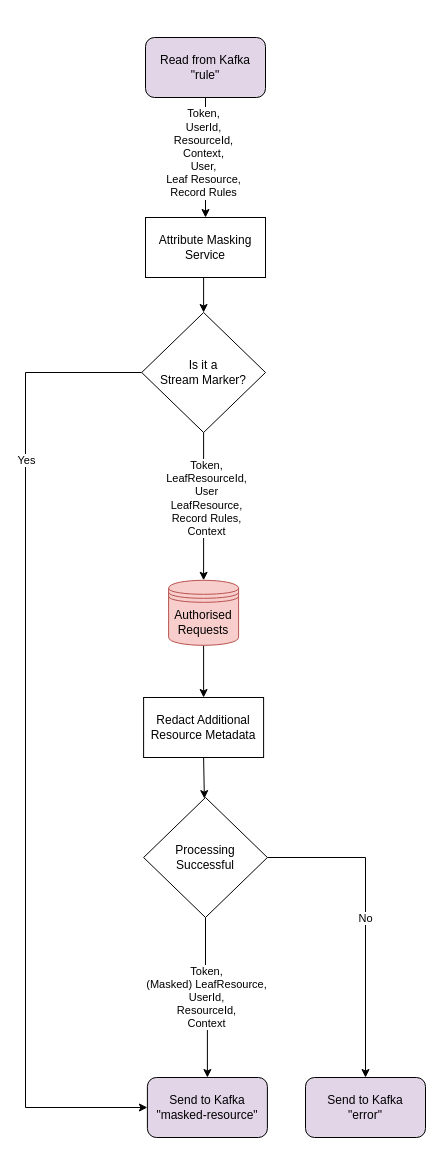
Before: attribute-masking-service/doc/attribute-masking-service.drawio in gchq/Palisade-services, a draw.io diagram. Source tidied: cells renumbered, new cells numbered last; positions are measured from the earlier drawing's top-left corner, leaving out a move shared by most shapes. Both pictures are drawn from the tidied source at 100%, with x=0, y=0 at pixel (25, 37).
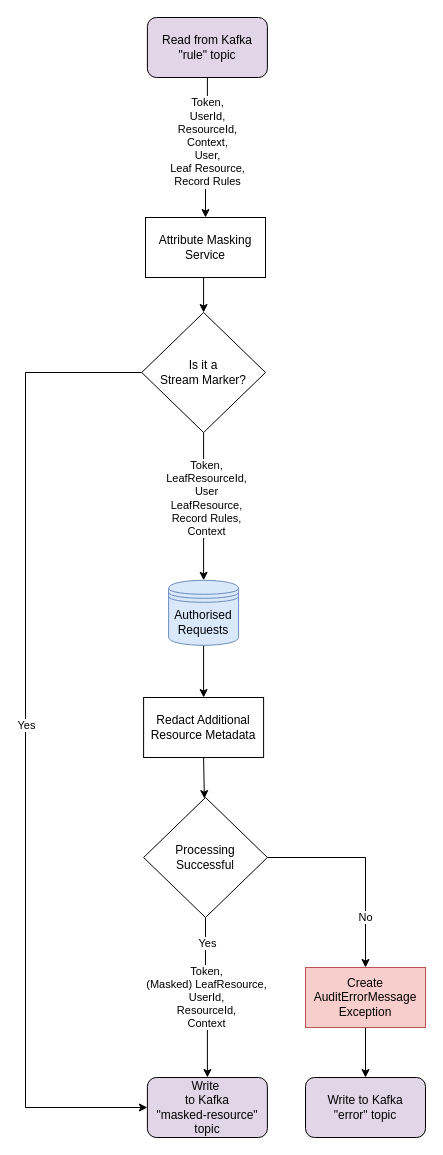
The same page after the edit.

Unchanged cells that the change refers to:
```xml
<mxCell id="4" style="edgeStyle=orthogonalEdgeStyle;rounded=0;jettySize=auto;html=1;exitX=0.5;exitY=1;exitDx=0;exitDy=0;entryX=0.5;entryY=0;entryDx=0;entryDy=0;" parent="1" edge="1" source="6" target="3">
  <mxGeometry relative="1" as="geometry" />
</mxCell>
<mxCell id="7" style="edgeStyle=orthogonalEdgeStyle;rounded=0;jettySize=auto;html=1;exitX=0;exitY=0.5;exitDx=0;exitDy=0;entryX=0;entryY=0.5;entryDx=0;entryDy=0;" parent="1" edge="1" source="11" target="12">
  <mxGeometry relative="1" as="geometry">
    <Array as="points">
      <mxPoint y="335" />
      <mxPoint y="1070" />
    </Array>
  </mxGeometry>
</mxCell>
<mxCell id="18" value="Processing &lt;br&gt;Successful" style="rhombus;whiteSpace=wrap;html=1;" parent="1" vertex="1">
  <mxGeometry x="118.1" y="760" width="123.8" height="120" as="geometry" />
</mxCell>
```

What changed in the source:
```diff
@@
     <mxCell id="5" value="&lt;span style=&quot;font-family: &amp;#34;helvetica&amp;#34;&quot;&gt;Token,&lt;/span&gt;&lt;br style=&quot;font-family: &amp;#34;helvetica&amp;#34;&quot;&gt;&lt;span style=&quot;font-family: &amp;#34;helvetica&amp;#34;&quot;&gt;UserId,&lt;/span&gt;&lt;br style=&quot;font-family: &amp;#34;helvetica&amp;#34;&quot;&gt;&lt;span style=&quot;font-family: &amp;#34;helvetica&amp;#34;&quot;&gt;ResourceId,&lt;/span&gt;&lt;br style=&quot;font-family: &amp;#34;helvetica&amp;#34;&quot;&gt;&lt;span style=&quot;font-family: &amp;#34;helvetica&amp;#34;&quot;&gt;Context,&lt;/span&gt;&lt;br style=&quot;font-family: &amp;#34;helvetica&amp;#34;&quot;&gt;&lt;span style=&quot;font-family: &amp;#34;helvetica&amp;#34;&quot;&gt;User,&lt;/span&gt;&lt;br style=&quot;font-family: &amp;#34;helvetica&amp;#34;&quot;&gt;&lt;span style=&quot;font-family: &amp;#34;helvetica&amp;#34;&quot;&gt;Leaf Resource,&lt;br&gt;Record Rules&lt;br&gt;&lt;/span&gt;" style="edgeLabel;html=1;align=center;verticalAlign=middle;" parent="4" vertex="1">
       <mxGeometry x="-0.23" y="-3" relative="1" as="geometry">
-        <mxPoint y="9" as="offset" />
+        <mxPoint x="3" y="9" as="offset" />
       </mxGeometry>
     </mxCell>
-    <mxCell id="6" value="&lt;div&gt;Read from Kafka&lt;/div&gt;&lt;div&gt;&quot;rule&quot;&lt;br&gt;&lt;/div&gt;" style="rounded=1;whiteSpace=wrap;html=1;fillColor=#E1D5E7;" parent="1" vertex="1">
-      <mxGeometry x="120" width="120" height="60" as="geometry" />
+    <mxCell id="6" value="&lt;div&gt;Read from Kafka&lt;/div&gt;&lt;div&gt;&quot;rule&quot; topic&lt;/div&gt;" style="rounded=1;whiteSpace=wrap;html=1;fillColor=#E1D5E7;" parent="1" vertex="1">
+      <mxGeometry x="121.9" y="-20" width="120" height="60" as="geometry" />
     </mxCell>
@@
     <mxCell id="8" value="Yes" style="edgeLabel;html=1;align=center;verticalAlign=middle;" parent="7" vertex="1">
       <mxGeometry x="-0.73" y="73" relative="1" as="geometry">
-        <mxPoint x="-73" y="73" as="offset" />
+        <mxPoint x="-73" y="338" as="offset" />
       </mxGeometry>
     </mxCell>
@@
-    <mxCell id="12" value="&lt;div&gt;Send to Kafka&lt;/div&gt;&lt;div&gt;&quot;masked-resource&quot;&lt;br&gt;&lt;/div&gt;" style="rounded=1;whiteSpace=wrap;html=1;fillColor=#E1D5E7;" parent="1" vertex="1">
+    <mxCell id="12" value="&lt;div&gt;Write&amp;nbsp;&lt;/div&gt;&lt;div&gt;to Kafka&lt;/div&gt;&lt;div&gt;&quot;masked-resource&quot; topic&lt;br&gt;&lt;/div&gt;" style="rounded=1;whiteSpace=wrap;html=1;fillColor=#E1D5E7;" parent="1" vertex="1">
       <mxGeometry x="121.9" y="1040" width="120" height="60" as="geometry" />
     </mxCell>
@@
-    <mxCell id="15" value="Authorised Requests" style="shape=datastore;whiteSpace=wrap;html=1;fillColor=#f8cecc;strokeColor=#b85450;" parent="1" vertex="1">
+    <mxCell id="15" value="Authorised Requests" style="shape=datastore;whiteSpace=wrap;html=1;fillColor=#dae8fc;strokeColor=#6c8ebf;" parent="1" vertex="1">
       <mxGeometry x="143.1" y="542.8" width="70" height="65" as="geometry" />
     </mxCell>
+    <mxCell id="17" value="&lt;span style=&quot;color: rgb(0 , 0 , 0) ; font-family: &amp;#34;helvetica&amp;#34; ; font-size: 11px ; font-style: normal ; font-weight: 400 ; letter-spacing: normal ; text-align: center ; text-indent: 0px ; text-transform: none ; word-spacing: 0px ; background-color: rgb(255 , 255 , 255) ; display: inline ; float: none&quot;&gt;Token,&lt;/span&gt;&lt;br style=&quot;color: rgb(0 , 0 , 0) ; font-family: &amp;#34;helvetica&amp;#34; ; font-size: 11px ; font-style: normal ; font-weight: 400 ; letter-spacing: normal ; text-align: center ; text-indent: 0px ; text-transform: none ; word-spacing: 0px&quot;&gt;&lt;span style=&quot;color: rgb(0 , 0 , 0) ; font-family: &amp;#34;helvetica&amp;#34; ; font-size: 11px ; font-style: normal ; font-weight: 400 ; letter-spacing: normal ; text-align: center ; text-indent: 0px ; text-transform: none ; word-spacing: 0px ; background-color: rgb(255 , 255 , 255) ; display: inline ; float: none&quot;&gt;(Masked) LeafResource,&lt;/span&gt;&lt;br style=&quot;color: rgb(0 , 0 , 0) ; font-family: &amp;#34;helvetica&amp;#34; ; font-size: 11px ; font-style: normal ; font-weight: 400 ; letter-spacing: normal ; text-align: center ; text-indent: 0px ; text-transform: none ; word-spacing: 0px&quot;&gt;&lt;span style=&quot;color: rgb(0 , 0 , 0) ; font-family: &amp;#34;helvetica&amp;#34; ; font-size: 11px ; font-style: normal ; font-weight: 400 ; letter-spacing: normal ; text-align: center ; text-indent: 0px ; text-transform: none ; word-spacing: 0px ; background-color: rgb(255 , 255 , 255) ; display: inline ; float: none&quot;&gt;UserId,&lt;/span&gt;&lt;br style=&quot;color: rgb(0 , 0 , 0) ; font-family: &amp;#34;helvetica&amp;#34; ; font-size: 11px ; font-style: normal ; font-weight: 400 ; letter-spacing: normal ; text-align: center ; text-indent: 0px ; text-transform: none ; word-spacing: 0px&quot;&gt;&lt;span style=&quot;color: rgb(0 , 0 , 0) ; font-family: &amp;#34;helvetica&amp;#34; ; font-size: 11px ; font-style: normal ; font-weight: 400 ; letter-spacing: normal ; text-align: center ; text-indent: 0px ; text-transform: none ; word-spacing: 0px ; background-color: rgb(255 , 255 , 255) ; display: inline ; float: none&quot;&gt;ResourceId,&lt;/span&gt;&lt;br style=&quot;color: rgb(0 , 0 , 0) ; font-family: &amp;#34;helvetica&amp;#34; ; font-size: 11px ; font-style: normal ; font-weight: 400 ; letter-spacing: normal ; text-align: center ; text-indent: 0px ; text-transform: none ; word-spacing: 0px&quot;&gt;&lt;span style=&quot;color: rgb(0 , 0 , 0) ; font-family: &amp;#34;helvetica&amp;#34; ; font-size: 11px ; font-style: normal ; font-weight: 400 ; letter-spacing: normal ; text-align: center ; text-indent: 0px ; text-transform: none ; word-spacing: 0px ; background-color: rgb(255 , 255 , 255) ; display: inline ; float: none&quot;&gt;Context&lt;/span&gt;" style="edgeStyle=orthogonalEdgeStyle;rounded=0;jettySize=auto;html=1;exitX=0.5;exitY=1;exitDx=0;exitDy=0;entryX=0.5;entryY=0;entryDx=0;entryDy=0;" parent="1" edge="1" source="18" target="12">
+      <mxGeometry relative="1" as="geometry" />
+    </mxCell>
+    <mxCell id="21" value="Yes" style="edgeLabel;html=1;align=center;verticalAlign=middle;" parent="17" vertex="1">
+      <mxGeometry x="-0.69" y="1" relative="1" as="geometry" />
+    </mxCell>
-    <mxCell id="16" value="No" style="edgeStyle=orthogonalEdgeStyle;rounded=0;jettySize=auto;html=1;exitX=1;exitY=0.5;exitDx=0;exitDy=0;entryX=0.5;entryY=0;entryDx=0;entryDy=0;" parent="1" edge="1" source="18" target="19">
-      <mxGeometry relative="1" as="geometry" />
+    <mxCell id="16" value="No" style="edgeStyle=orthogonalEdgeStyle;rounded=0;jettySize=auto;html=1;exitX=1;exitY=0.5;exitDx=0;exitDy=0;entryX=0.5;entryY=0;entryDx=0;entryDy=0;" parent="1" edge="1" source="18" target="23">
+      <mxGeometry x="0.52" relative="1" as="geometry" />
     </mxCell>
-    <mxCell id="17" value="&lt;span style=&quot;color: rgb(0 , 0 , 0) ; font-family: &amp;#34;helvetica&amp;#34; ; font-size: 11px ; font-style: normal ; font-weight: 400 ; letter-spacing: normal ; text-align: center ; text-indent: 0px ; text-transform: none ; word-spacing: 0px ; background-color: rgb(255 , 255 , 255) ; display: inline ; float: none&quot;&gt;Token,&lt;/span&gt;&lt;br style=&quot;color: rgb(0 , 0 , 0) ; font-family: &amp;#34;helvetica&amp;#34; ; font-size: 11px ; font-style: normal ; font-weight: 400 ; letter-spacing: normal ; text-align: center ; text-indent: 0px ; text-transform: none ; word-spacing: 0px&quot;&gt;&lt;span style=&quot;color: rgb(0 , 0 , 0) ; font-family: &amp;#34;helvetica&amp;#34; ; font-size: 11px ; font-style: normal ; font-weight: 400 ; letter-spacing: normal ; text-align: center ; text-indent: 0px ; text-transform: none ; word-spacing: 0px ; background-color: rgb(255 , 255 , 255) ; display: inline ; float: none&quot;&gt;(Masked) LeafResource,&lt;/span&gt;&lt;br style=&quot;color: rgb(0 , 0 , 0) ; font-family: &amp;#34;helvetica&amp;#34; ; font-size: 11px ; font-style: normal ; font-weight: 400 ; letter-spacing: normal ; text-align: center ; text-indent: 0px ; text-transform: none ; word-spacing: 0px&quot;&gt;&lt;span style=&quot;color: rgb(0 , 0 , 0) ; font-family: &amp;#34;helvetica&amp;#34; ; font-size: 11px ; font-style: normal ; font-weight: 400 ; letter-spacing: normal ; text-align: center ; text-indent: 0px ; text-transform: none ; word-spacing: 0px ; background-color: rgb(255 , 255 , 255) ; display: inline ; float: none&quot;&gt;UserId,&lt;/span&gt;&lt;br style=&quot;color: rgb(0 , 0 , 0) ; font-family: &amp;#34;helvetica&amp;#34; ; font-size: 11px ; font-style: normal ; font-weight: 400 ; letter-spacing: normal ; text-align: center ; text-indent: 0px ; text-transform: none ; word-spacing: 0px&quot;&gt;&lt;span style=&quot;color: rgb(0 , 0 , 0) ; font-family: &amp;#34;helvetica&amp;#34; ; font-size: 11px ; font-style: normal ; font-weight: 400 ; letter-spacing: normal ; text-align: center ; text-indent: 0px ; text-transform: none ; word-spacing: 0px ; background-color: rgb(255 , 255 , 255) ; display: inline ; float: none&quot;&gt;ResourceId,&lt;/span&gt;&lt;br style=&quot;color: rgb(0 , 0 , 0) ; font-family: &amp;#34;helvetica&amp;#34; ; font-size: 11px ; font-style: normal ; font-weight: 400 ; letter-spacing: normal ; text-align: center ; text-indent: 0px ; text-transform: none ; word-spacing: 0px&quot;&gt;&lt;span style=&quot;color: rgb(0 , 0 , 0) ; font-family: &amp;#34;helvetica&amp;#34; ; font-size: 11px ; font-style: normal ; font-weight: 400 ; letter-spacing: normal ; text-align: center ; text-indent: 0px ; text-transform: none ; word-spacing: 0px ; background-color: rgb(255 , 255 , 255) ; display: inline ; float: none&quot;&gt;Context&lt;/span&gt;" style="edgeStyle=orthogonalEdgeStyle;rounded=0;jettySize=auto;html=1;exitX=0.5;exitY=1;exitDx=0;exitDy=0;entryX=0.5;entryY=0;entryDx=0;entryDy=0;" parent="1" edge="1" source="18" target="12">
-      <mxGeometry relative="1" as="geometry" />
-    </mxCell>
@@
-    <mxCell id="19" value="&lt;div&gt;Send to Kafka&lt;/div&gt;&lt;div&gt;&quot;error&quot;&lt;br&gt;&lt;/div&gt;" style="rounded=1;whiteSpace=wrap;html=1;fillColor=#E1D5E7;" parent="1" vertex="1">
+    <mxCell id="19" value="&lt;div&gt;Write to Kafka&lt;/div&gt;&lt;div&gt;&quot;error&quot; topic&lt;/div&gt;" style="rounded=1;whiteSpace=wrap;html=1;fillColor=#E1D5E7;" parent="1" vertex="1">
       <mxGeometry x="280" y="1040" width="120" height="60" as="geometry" />
     </mxCell>
@@
+    <mxCell id="22" style="edgeStyle=orthogonalEdgeStyle;rounded=0;jettySize=auto;html=1;exitX=0.5;exitY=1;exitDx=0;exitDy=0;entryX=0.5;entryY=0;entryDx=0;entryDy=0;" parent="1" edge="1" source="23" target="19">
+      <mxGeometry relative="1" as="geometry" />
+    </mxCell>
+    <mxCell id="23" value="Create AuditErrorMessage Exception" style="rounded=0;whiteSpace=wrap;html=1;fillColor=#f8cecc;strokeColor=#b85450;" parent="1" vertex="1">
+      <mxGeometry x="280" y="930" width="120" height="60" as="geometry" />
+    </mxCell>
```
